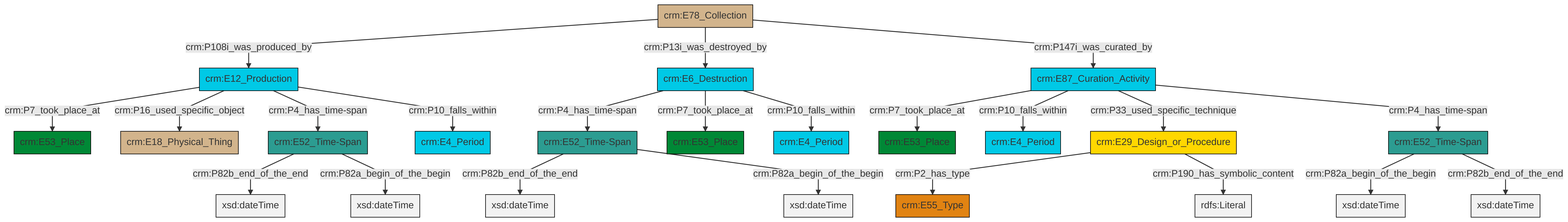
Before: et/archivalCSV/ttl/mmd/png/archival_existence.png, a diagram exported from Mermaid (swiss-art-research-net/docs.swissartresearch). Its source is kept beside it as et/archivalCSV/ttl/mmd/archival_existence.ttl.mmd. Its diagram source:
```mermaid
graph TD
classDef Literal fill:#f2f2f2,stroke:#000000;
classDef CRM_Entity fill:#FFFFFF,stroke:#000000;
classDef Temporal_Entity fill:#00C9E6, stroke:#000000;
classDef Type fill:#E18312, stroke:#000000;
classDef Time-Span fill:#2C9C91, stroke:#000000;
classDef Appellation fill:#FFEB7F, stroke:#000000;
classDef Place fill:#008836, stroke:#000000;
classDef Persistent_Item fill:#B266B2, stroke:#000000;
classDef Conceptual_Object fill:#FFD700, stroke:#000000;
classDef Physical_Thing fill:#D2B48C, stroke:#000000;
classDef Actor fill:#f58aad, stroke:#000000;
classDef PC_Classes fill:#4ce600, stroke:#000000;
classDef Multi fill:#cccccc,stroke:#000000;

2["crm:E29_Design_or_Procedure"]:::Conceptual_Object -->|crm:P2_has_type| 3["crm:E55_Type"]:::Type
4["crm:E6_Destruction"]:::Temporal_Entity -->|crm:P4_has_time-span| 5["crm:E52_Time-Span"]:::Time-Span
13["crm:E78_Collection"]:::Physical_Thing -->|crm:P108i_was_produced_by| 14["crm:E12_Production"]:::Temporal_Entity
14["crm:E12_Production"]:::Temporal_Entity -->|crm:P7_took_place_at| 15["crm:E53_Place"]:::Place
5["crm:E52_Time-Span"]:::Time-Span -->|crm:P82b_end_of_the_end| 16[xsd:dateTime]:::Literal
13["crm:E78_Collection"]:::Physical_Thing -->|crm:P13i_was_destroyed_by| 4["crm:E6_Destruction"]:::Temporal_Entity
13["crm:E78_Collection"]:::Physical_Thing -->|crm:P147i_was_curated_by| 19["crm:E87_Curation_Activity"]:::Temporal_Entity
19["crm:E87_Curation_Activity"]:::Temporal_Entity -->|crm:P7_took_place_at| 21["crm:E53_Place"]:::Place
4["crm:E6_Destruction"]:::Temporal_Entity -->|crm:P7_took_place_at| 23["crm:E53_Place"]:::Place
19["crm:E87_Curation_Activity"]:::Temporal_Entity -->|crm:P10_falls_within| 9["crm:E4_Period"]:::Temporal_Entity
17["crm:E52_Time-Span"]:::Time-Span -->|crm:P82b_end_of_the_end| 26[xsd:dateTime]:::Literal
2["crm:E29_Design_or_Procedure"]:::Conceptual_Object -->|crm:P190_has_symbolic_content| 27[rdfs:Literal]:::Literal
11["crm:E52_Time-Span"]:::Time-Span -->|crm:P82a_begin_of_the_begin| 29[xsd:dateTime]:::Literal
17["crm:E52_Time-Span"]:::Time-Span -->|crm:P82a_begin_of_the_begin| 30[xsd:dateTime]:::Literal
14["crm:E12_Production"]:::Temporal_Entity -->|crm:P16_used_specific_object| 7["crm:E18_Physical_Thing"]:::Physical_Thing
19["crm:E87_Curation_Activity"]:::Temporal_Entity -->|crm:P33_used_specific_technique| 2["crm:E29_Design_or_Procedure"]:::Conceptual_Object
4["crm:E6_Destruction"]:::Temporal_Entity -->|crm:P10_falls_within| 24["crm:E4_Period"]:::Temporal_Entity
14["crm:E12_Production"]:::Temporal_Entity -->|crm:P4_has_time-span| 17["crm:E52_Time-Span"]:::Time-Span
14["crm:E12_Production"]:::Temporal_Entity -->|crm:P10_falls_within| 0["crm:E4_Period"]:::Temporal_Entity
19["crm:E87_Curation_Activity"]:::Temporal_Entity -->|crm:P4_has_time-span| 11["crm:E52_Time-Span"]:::Time-Span
11["crm:E52_Time-Span"]:::Time-Span -->|crm:P82b_end_of_the_end| 37[xsd:dateTime]:::Literal
5["crm:E52_Time-Span"]:::Time-Span -->|crm:P82a_begin_of_the_begin| 38[xsd:dateTime]:::Literal
```
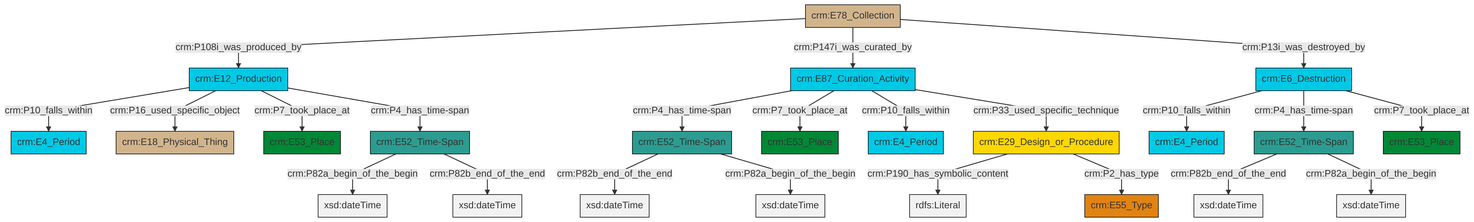
After the commit.

What changed in the source:
```diff
@@ -13,25 +13,25 @@
 classDef PC_Classes fill:#4ce600, stroke:#000000;
 classDef Multi fill:#cccccc,stroke:#000000;
 
-2["crm:E29_Design_or_Procedure"]:::Conceptual_Object -->|crm:P2_has_type| 3["crm:E55_Type"]:::Type
-4["crm:E6_Destruction"]:::Temporal_Entity -->|crm:P4_has_time-span| 5["crm:E52_Time-Span"]:::Time-Span
-13["crm:E78_Collection"]:::Physical_Thing -->|crm:P108i_was_produced_by| 14["crm:E12_Production"]:::Temporal_Entity
-14["crm:E12_Production"]:::Temporal_Entity -->|crm:P7_took_place_at| 15["crm:E53_Place"]:::Place
-5["crm:E52_Time-Span"]:::Time-Span -->|crm:P82b_end_of_the_end| 16[xsd:dateTime]:::Literal
-13["crm:E78_Collection"]:::Physical_Thing -->|crm:P13i_was_destroyed_by| 4["crm:E6_Destruction"]:::Temporal_Entity
-13["crm:E78_Collection"]:::Physical_Thing -->|crm:P147i_was_curated_by| 19["crm:E87_Curation_Activity"]:::Temporal_Entity
-19["crm:E87_Curation_Activity"]:::Temporal_Entity -->|crm:P7_took_place_at| 21["crm:E53_Place"]:::Place
-4["crm:E6_Destruction"]:::Temporal_Entity -->|crm:P7_took_place_at| 23["crm:E53_Place"]:::Place
-19["crm:E87_Curation_Activity"]:::Temporal_Entity -->|crm:P10_falls_within| 9["crm:E4_Period"]:::Temporal_Entity
-17["crm:E52_Time-Span"]:::Time-Span -->|crm:P82b_end_of_the_end| 26[xsd:dateTime]:::Literal
-2["crm:E29_Design_or_Procedure"]:::Conceptual_Object -->|crm:P190_has_symbolic_content| 27[rdfs:Literal]:::Literal
-11["crm:E52_Time-Span"]:::Time-Span -->|crm:P82a_begin_of_the_begin| 29[xsd:dateTime]:::Literal
-17["crm:E52_Time-Span"]:::Time-Span -->|crm:P82a_begin_of_the_begin| 30[xsd:dateTime]:::Literal
-14["crm:E12_Production"]:::Temporal_Entity -->|crm:P16_used_specific_object| 7["crm:E18_Physical_Thing"]:::Physical_Thing
-19["crm:E87_Curation_Activity"]:::Temporal_Entity -->|crm:P33_used_specific_technique| 2["crm:E29_Design_or_Procedure"]:::Conceptual_Object
-4["crm:E6_Destruction"]:::Temporal_Entity -->|crm:P10_falls_within| 24["crm:E4_Period"]:::Temporal_Entity
-14["crm:E12_Production"]:::Temporal_Entity -->|crm:P4_has_time-span| 17["crm:E52_Time-Span"]:::Time-Span
-14["crm:E12_Production"]:::Temporal_Entity -->|crm:P10_falls_within| 0["crm:E4_Period"]:::Temporal_Entity
-19["crm:E87_Curation_Activity"]:::Temporal_Entity -->|crm:P4_has_time-span| 11["crm:E52_Time-Span"]:::Time-Span
-11["crm:E52_Time-Span"]:::Time-Span -->|crm:P82b_end_of_the_end| 37[xsd:dateTime]:::Literal
-5["crm:E52_Time-Span"]:::Time-Span -->|crm:P82a_begin_of_the_begin| 38[xsd:dateTime]:::Literal
+0["crm:E12_Production"]:::Temporal_Entity -->|crm:P10_falls_within| 2["crm:E4_Period"]:::Temporal_Entity
+3["crm:E52_Time-Span"]:::Time-Span -->|crm:P82b_end_of_the_end| 4[xsd:dateTime]:::Literal
+5["crm:E78_Collection"]:::Physical_Thing -->|crm:P108i_was_produced_by| 0["crm:E12_Production"]:::Temporal_Entity
+8["crm:E29_Design_or_Procedure"]:::Conceptual_Object -->|crm:P190_has_symbolic_content| 9[rdfs:Literal]:::Literal
+0["crm:E12_Production"]:::Temporal_Entity -->|crm:P16_used_specific_object| 10["crm:E18_Physical_Thing"]:::Physical_Thing
+11["crm:E87_Curation_Activity"]:::Temporal_Entity -->|crm:P4_has_time-span| 12["crm:E52_Time-Span"]:::Time-Span
+13["crm:E52_Time-Span"]:::Time-Span -->|crm:P82a_begin_of_the_begin| 14[xsd:dateTime]:::Literal
+15["crm:E6_Destruction"]:::Temporal_Entity -->|crm:P10_falls_within| 16["crm:E4_Period"]:::Temporal_Entity
+12["crm:E52_Time-Span"]:::Time-Span -->|crm:P82b_end_of_the_end| 17[xsd:dateTime]:::Literal
+11["crm:E87_Curation_Activity"]:::Temporal_Entity -->|crm:P7_took_place_at| 20["crm:E53_Place"]:::Place
+8["crm:E29_Design_or_Procedure"]:::Conceptual_Object -->|crm:P2_has_type| 18["crm:E55_Type"]:::Type
+12["crm:E52_Time-Span"]:::Time-Span -->|crm:P82a_begin_of_the_begin| 29[xsd:dateTime]:::Literal
+15["crm:E6_Destruction"]:::Temporal_Entity -->|crm:P4_has_time-span| 3["crm:E52_Time-Span"]:::Time-Span
+11["crm:E87_Curation_Activity"]:::Temporal_Entity -->|crm:P10_falls_within| 6["crm:E4_Period"]:::Temporal_Entity
+5["crm:E78_Collection"]:::Physical_Thing -->|crm:P147i_was_curated_by| 11["crm:E87_Curation_Activity"]:::Temporal_Entity
+11["crm:E87_Curation_Activity"]:::Temporal_Entity -->|crm:P33_used_specific_technique| 8["crm:E29_Design_or_Procedure"]:::Conceptual_Object
+0["crm:E12_Production"]:::Temporal_Entity -->|crm:P7_took_place_at| 22["crm:E53_Place"]:::Place
+3["crm:E52_Time-Span"]:::Time-Span -->|crm:P82a_begin_of_the_begin| 34[xsd:dateTime]:::Literal
+13["crm:E52_Time-Span"]:::Time-Span -->|crm:P82b_end_of_the_end| 36[xsd:dateTime]:::Literal
+0["crm:E12_Production"]:::Temporal_Entity -->|crm:P4_has_time-span| 13["crm:E52_Time-Span"]:::Time-Span
+5["crm:E78_Collection"]:::Physical_Thing -->|crm:P13i_was_destroyed_by| 15["crm:E6_Destruction"]:::Temporal_Entity
+15["crm:E6_Destruction"]:::Temporal_Entity -->|crm:P7_took_place_at| 26["crm:E53_Place"]:::Place
```
